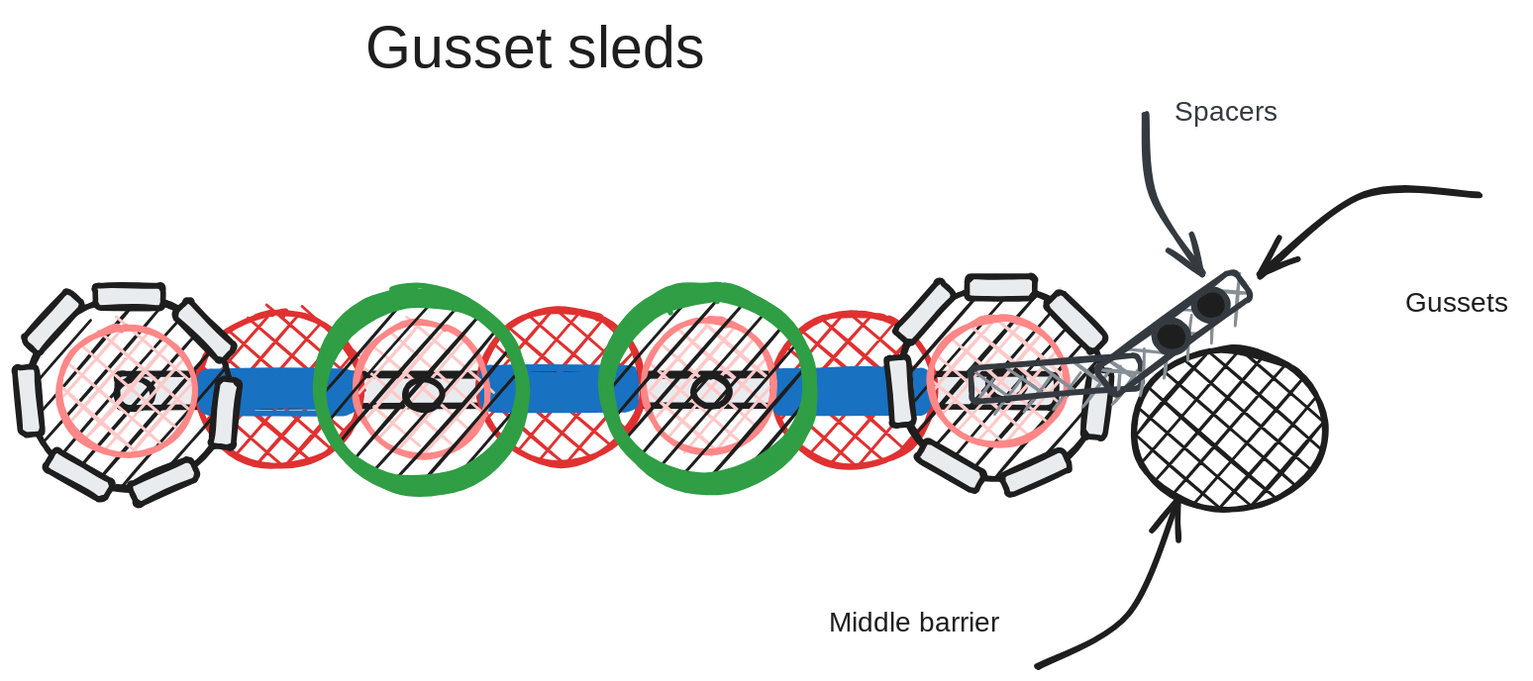
Above: entries/sleds-1/brainstorm/Gusset sleds.excalidraw.svg in Area-53-Robotics/53D-Notebook-Over-Under-2023-2024 (Excalidraw), before the change. Source tidied: one line per element, renumbered; positions are measured from the earlier drawing's top-left corner, leaving out a move shared by most shapes.
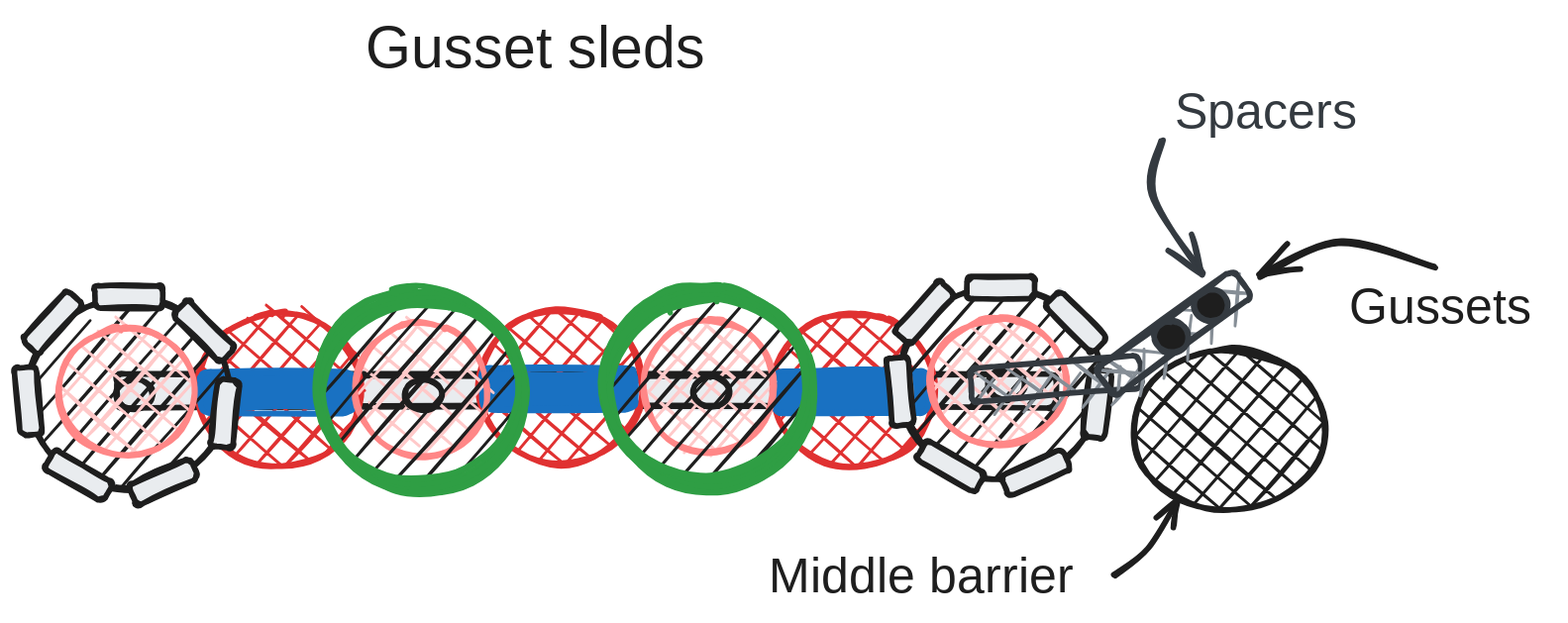
Later version of the same file.

What changed in the source:
```diff
@@ -1,9 +1,9 @@
 {"id": 0, "type": "text", "text": "Gusset sleds", "strokeColor": "#1e1e1e", "backgroundColor": "#ffffff", "fillStyle": "solid", "strokeWidth": 4, "roughness": 1, "fontSize": 42.4, "fontFamily": 1, "x": 268, "y": 0, "width": 276, "height": 53}
 {"id": 1, "type": "ellipse", "strokeColor": "#1e1e1e", "backgroundColor": "#1e1e1e", "fillStyle": "cross-hatch", "strokeWidth": 4, "roughness": 1, "x": 822, "y": 242, "width": 139, "height": 116}
-{"id": 2, "type": "arrow", "strokeColor": "#1e1e1e", "backgroundColor": "#1e1e1e", "fillStyle": "cross-hatch", "strokeWidth": 4, "roughness": 1, "endArrowhead": "arrow", "round": true, "to": 55, "x": 1071, "y": 131, "width": 158, "height": 58, "points": [[0, 0], [-83, 0], [-158, 58]]}
+{"id": 2, "type": "arrow", "strokeColor": "#1e1e1e", "backgroundColor": "#1e1e1e", "fillStyle": "cross-hatch", "strokeWidth": 4, "roughness": 1, "endArrowhead": "arrow", "round": true, "from": 3, "to": 55, "x": 1039, "y": 183, "width": 126, "height": 24, "points": [[0, 0], [-68, -18], [-126, 6]]}
-{"id": 3, "type": "text", "text": "Gussets", "strokeColor": "#1e1e1e", "backgroundColor": "#1e1e1e", "fillStyle": "cross-hatch", "strokeWidth": 4, "roughness": 1, "fontSize": 20, "fontFamily": 1, "x": 1018, "y": 197, "width": 82, "height": 25}
+{"id": 3, "type": "text", "text": "Gussets", "strokeColor": "#1e1e1e", "backgroundColor": "#1e1e1e", "fillStyle": "cross-hatch", "strokeWidth": 4, "roughness": 1, "fontSize": 36, "fontFamily": 1, "x": 978, "y": 190, "width": 148, "height": 45}
-{"id": 4, "type": "arrow", "strokeColor": "#1e1e1e", "backgroundColor": "#1e1e1e", "fillStyle": "cross-hatch", "strokeWidth": 4, "roughness": 1, "endArrowhead": "arrow", "round": true, "to": 1, "x": 753, "y": 471, "width": 101, "height": 121, "points": [[0, 0], [66, -37], [101, -121]]}
+{"id": 4, "type": "arrow", "strokeColor": "#1e1e1e", "backgroundColor": "#1e1e1e", "fillStyle": "cross-hatch", "strokeWidth": 4, "roughness": 1, "endArrowhead": "arrow", "round": true, "from": 5, "to": 1, "x": 808, "y": 405, "width": 45, "height": 55, "points": [[0, 0], [25, -19], [45, -55]]}
-{"id": 5, "type": "text", "text": "Middle barrier", "strokeColor": "#1e1e1e", "backgroundColor": "#1e1e1e", "fillStyle": "cross-hatch", "strokeWidth": 4, "roughness": 1, "fontSize": 20, "fontFamily": 1, "x": 602, "y": 428, "width": 133, "height": 25}
+{"id": 5, "type": "text", "text": "Middle barrier", "strokeColor": "#1e1e1e", "backgroundColor": "#1e1e1e", "fillStyle": "cross-hatch", "strokeWidth": 4, "roughness": 1, "fontSize": 36, "fontFamily": 1, "x": 559, "y": 384, "width": 240, "height": 45}
 {"id": 6, "type": "rectangle", "strokeColor": "#ffffff", "backgroundColor": "#ffffff", "fillStyle": "solid", "strokeWidth": 4, "roughness": 1, "x": 622, "y": 34, "width": 158, "height": 76}
 {"id": 7, "type": "rectangle", "strokeColor": "#1e1e1e", "backgroundColor": "#e9ecef", "fillStyle": "solid", "strokeWidth": 4, "roughness": 1, "round": true, "x": 88, "y": 260, "width": 678, "height": 25}
 {"id": 8, "type": "ellipse", "strokeColor": "#e03131", "backgroundColor": "#e03131", "fillStyle": "cross-hatch", "strokeWidth": 4, "roughness": 1, "round": true, "x": 146, "y": 216, "width": 118, "height": 112}
@@ -56,5 +56,5 @@
 {"id": 55, "type": "rectangle", "strokeColor": "#343a40", "angle": 5.65, "backgroundColor": "#868e96", "fillStyle": "cross-hatch", "strokeWidth": 4, "roughness": 1, "round": true, "x": 789, "y": 218, "width": 123, "height": 24}
 {"id": 56, "type": "ellipse", "strokeColor": "#343a40", "angle": 6.2, "backgroundColor": "#1e1e1e", "fillStyle": "solid", "strokeWidth": 4, "roughness": 1, "round": true, "x": 837, "y": 222, "width": 24, "height": 23}
 {"id": 57, "type": "ellipse", "strokeColor": "#343a40", "angle": 6.2, "backgroundColor": "#1e1e1e", "fillStyle": "solid", "strokeWidth": 4, "roughness": 1, "round": true, "x": 866, "y": 199, "width": 24, "height": 23}
-{"id": 58, "type": "arrow", "strokeColor": "#343a40", "backgroundColor": "#1e1e1e", "fillStyle": "solid", "strokeWidth": 4, "roughness": 1, "endArrowhead": "arrow", "round": true, "to": 57, "x": 831, "y": 72, "width": 41, "height": 115, "points": [[0, 0], [5, 59], [41, 115]]}
+{"id": 58, "type": "arrow", "strokeColor": "#343a40", "backgroundColor": "#1e1e1e", "fillStyle": "solid", "strokeWidth": 4, "roughness": 1, "endArrowhead": "arrow", "round": true, "from": 59, "to": 57, "x": 843, "y": 91, "width": 36, "height": 96, "points": [[0, 0], [-7, 40], [29, 96]]}
-{"id": 59, "type": "text", "text": "Spacers", "strokeColor": "#343a40", "backgroundColor": "#1e1e1e", "fillStyle": "solid", "strokeWidth": 4, "roughness": 1, "fontSize": 20, "fontFamily": 1, "x": 852, "y": 59, "width": 76, "height": 25}
+{"id": 59, "type": "text", "text": "Spacers", "strokeColor": "#343a40", "backgroundColor": "#1e1e1e", "fillStyle": "solid", "strokeWidth": 4, "roughness": 1, "fontSize": 36, "fontFamily": 1, "x": 852, "y": 49, "width": 136, "height": 45}
```
